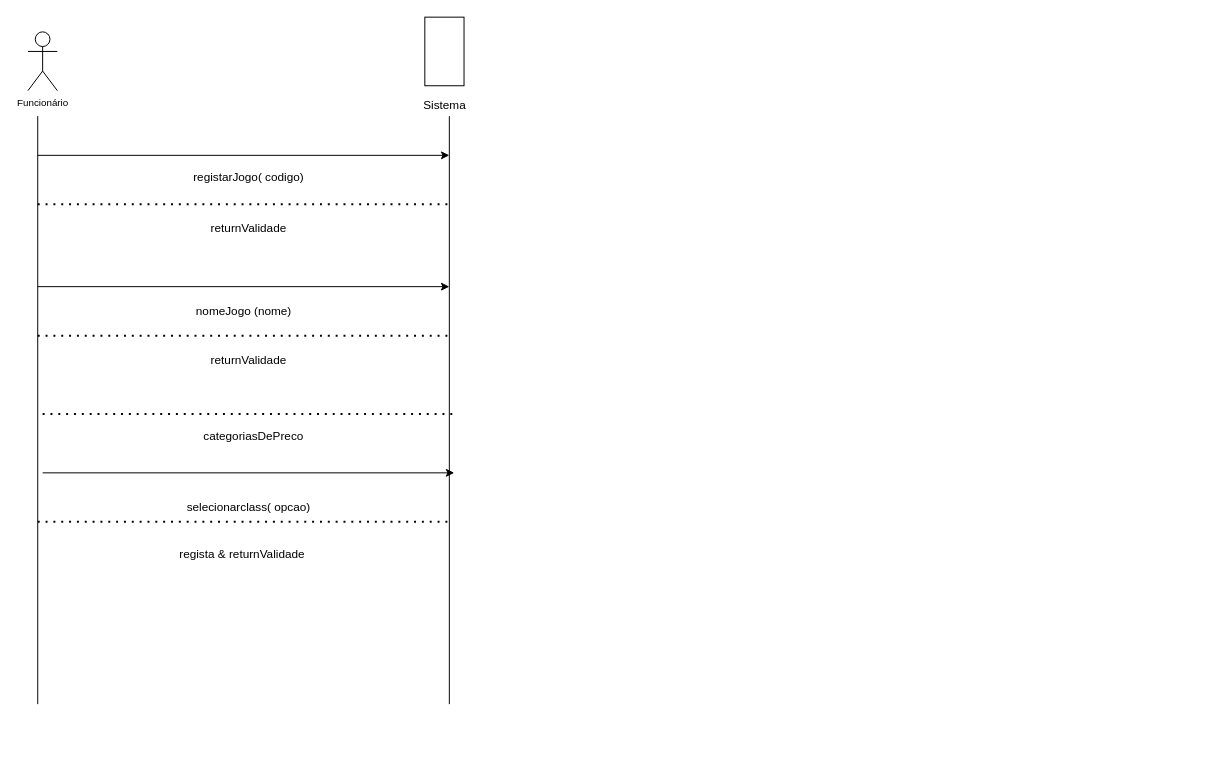
Before: ssd3.drawio in luccamarshall/DCO, a draw.io diagram. Source tidied: cells renumbered, new cells numbered last; positions are measured from the earlier drawing's top-left corner, leaving out a move shared by most shapes. Both pictures are drawn from the tidied source at 98%, with x=0, y=0 at pixel (27, 31).
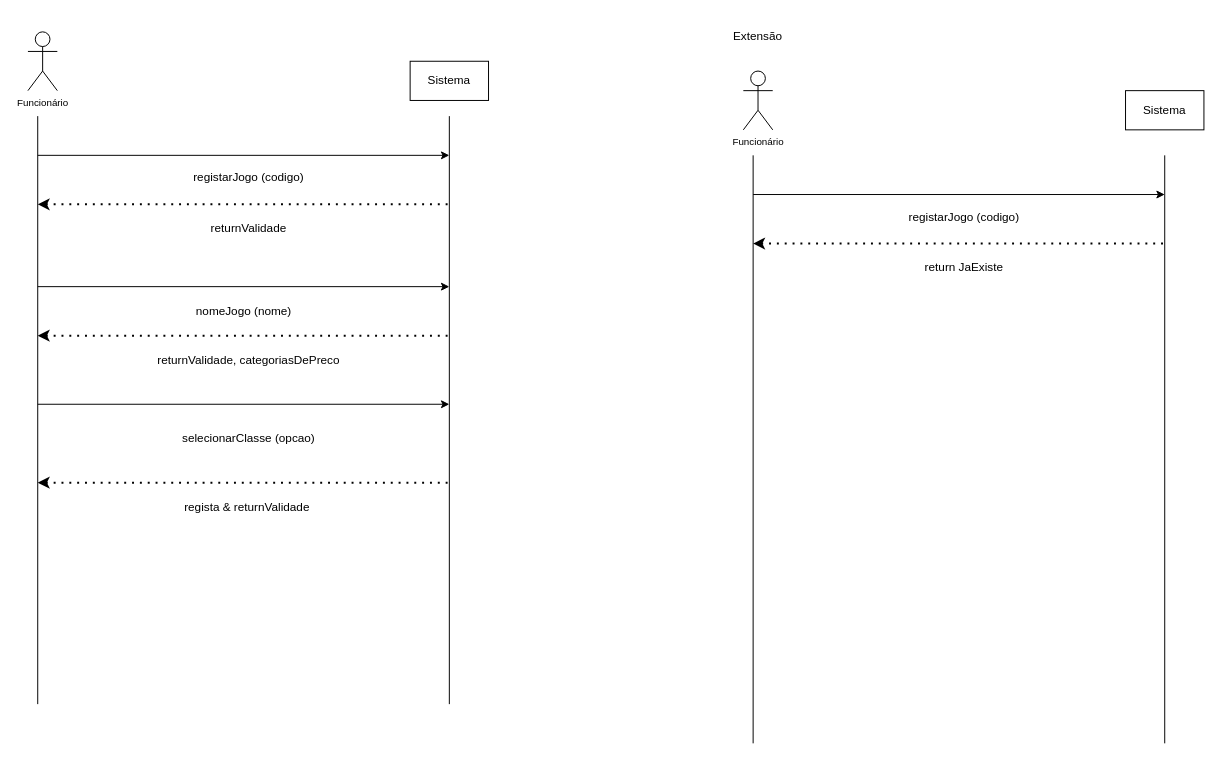
Above is the later version.

What changed in the source:
```diff
@@
+    <mxCell id="21" value="&lt;sup&gt;Funcionário&lt;/sup&gt;" style="shape=umlActor;verticalLabelPosition=bottom;verticalAlign=top;html=1;" parent="1" vertex="1">
+      <mxGeometry x="730" y="40" width="30" height="60" as="geometry" />
+    </mxCell>
+    <mxCell id="22" style="endArrow=none;html=1;rounded=0;" parent="1" edge="1">
+      <mxGeometry relative="1" as="geometry">
+        <mxPoint x="740" y="726" as="sourcePoint" />
+        <mxPoint x="740" y="126" as="targetPoint" />
+      </mxGeometry>
+    </mxCell>
+    <mxCell id="23" style="endArrow=classic;html=1;rounded=0;" parent="1" edge="1">
+      <mxGeometry relative="1" as="geometry">
+        <mxPoint x="740" y="166" as="sourcePoint" />
+        <mxPoint x="1160" y="166" as="targetPoint" />
+      </mxGeometry>
+    </mxCell>
+    <mxCell id="24" value="registarJogo (codigo)" style="text;html=1;align=center;verticalAlign=middle;strokeColor=none;fillColor=none;" parent="1" vertex="1">
+      <mxGeometry x="885" y="174" width="140" height="30" as="geometry" />
+    </mxCell>
+    <mxCell id="25" style="endArrow=none;html=1;rounded=0;" parent="1" edge="1">
+      <mxGeometry relative="1" as="geometry">
+        <mxPoint x="1160" y="726" as="sourcePoint" />
+        <mxPoint x="1160" y="126" as="targetPoint" />
+      </mxGeometry>
+    </mxCell>
+    <mxCell id="26" style="endArrow=none;dashed=1;html=1;dashPattern=1 3;strokeWidth=2;rounded=0;startArrow=classic;startFill=1;" parent="1" edge="1">
+      <mxGeometry relative="1" as="geometry">
+        <mxPoint x="740" y="216" as="sourcePoint" />
+        <mxPoint x="1160" y="216" as="targetPoint" />
+      </mxGeometry>
+    </mxCell>
+    <mxCell id="27" value="return JaExiste" style="text;html=1;align=center;verticalAlign=middle;strokeColor=none;fillColor=none;" parent="1" vertex="1">
+      <mxGeometry x="905" y="226" width="100" height="30" as="geometry" />
+    </mxCell>
+    <mxCell id="28" value="Sistema" style="rounded=0;whiteSpace=wrap;html=1;" parent="1" vertex="1">
+      <mxGeometry x="1120" y="60" width="80" height="40" as="geometry" />
+    </mxCell>
+    <mxCell id="29" value="Extensão" style="text;html=1;strokeColor=none;fillColor=none;align=center;verticalAlign=middle;whiteSpace=wrap;rounded=0;" parent="1" vertex="1">
+      <mxGeometry x="715" y="-10" width="60" height="30" as="geometry" />
+    </mxCell>
@@
-    <mxCell id="3" style="endArrow=none;html=1;rounded=0;" parent="1" edge="1">
-      <mxGeometry relative="1" as="geometry">
-        <mxPoint x="10" y="686" as="sourcePoint" />
-        <mxPoint x="10" y="86" as="targetPoint" />
-      </mxGeometry>
-    </mxCell>
-    <mxCell id="4" style="endArrow=classic;html=1;rounded=0;" parent="1" edge="1">
-      <mxGeometry relative="1" as="geometry">
-        <mxPoint x="10" y="126" as="sourcePoint" />
-        <mxPoint x="430" y="126" as="targetPoint" />
-      </mxGeometry>
-    </mxCell>
-    <mxCell id="5" value="registarJogo( codigo)" style="text;html=1;align=center;verticalAlign=middle;strokeColor=none;fillColor=none;" parent="1" vertex="1">
-      <mxGeometry x="155" y="134" width="140" height="30" as="geometry" />
-    </mxCell>
-    <mxCell id="6" style="endArrow=none;html=1;rounded=0;" parent="1" edge="1">
-      <mxGeometry relative="1" as="geometry">
-        <mxPoint x="430" y="686" as="sourcePoint" />
-        <mxPoint x="430" y="86" as="targetPoint" />
-      </mxGeometry>
-    </mxCell>
-    <mxCell id="7" style="endArrow=none;dashed=1;html=1;dashPattern=1 3;strokeWidth=2;rounded=0;" parent="1" edge="1">
-      <mxGeometry relative="1" as="geometry">
-        <mxPoint x="10" y="176" as="sourcePoint" />
-        <mxPoint x="430" y="176" as="targetPoint" />
-      </mxGeometry>
-    </mxCell>
-    <mxCell id="8" style="endArrow=classic;html=1;rounded=0;" parent="1" edge="1">
-      <mxGeometry relative="1" as="geometry">
-        <mxPoint x="10" y="260" as="sourcePoint" />
-        <mxPoint x="430" y="260" as="targetPoint" />
-      </mxGeometry>
-    </mxCell>
+    <mxCell id="30" style="endArrow=none;html=1;rounded=0;" parent="1" edge="1">
+      <mxGeometry relative="1" as="geometry">
+        <mxPoint x="10" y="686" as="sourcePoint" />
+        <mxPoint x="10" y="86" as="targetPoint" />
+      </mxGeometry>
+    </mxCell>
+    <mxCell id="31" style="endArrow=classic;html=1;rounded=0;" parent="1" edge="1">
+      <mxGeometry relative="1" as="geometry">
+        <mxPoint x="10" y="126" as="sourcePoint" />
+        <mxPoint x="430" y="126" as="targetPoint" />
+      </mxGeometry>
+    </mxCell>
+    <mxCell id="32" value="registarJogo (codigo)" style="text;html=1;align=center;verticalAlign=middle;strokeColor=none;fillColor=none;" parent="1" vertex="1">
+      <mxGeometry x="155" y="134" width="140" height="30" as="geometry" />
+    </mxCell>
+    <mxCell id="33" style="endArrow=none;html=1;rounded=0;" parent="1" edge="1">
+      <mxGeometry relative="1" as="geometry">
+        <mxPoint x="430" y="686" as="sourcePoint" />
+        <mxPoint x="430" y="86" as="targetPoint" />
+      </mxGeometry>
+    </mxCell>
+    <mxCell id="34" style="endArrow=none;dashed=1;html=1;dashPattern=1 3;strokeWidth=2;rounded=0;startArrow=classic;startFill=1;" parent="1" edge="1">
+      <mxGeometry relative="1" as="geometry">
+        <mxPoint x="10" y="176" as="sourcePoint" />
+        <mxPoint x="430" y="176" as="targetPoint" />
+      </mxGeometry>
+    </mxCell>
+    <mxCell id="35" style="endArrow=classic;html=1;rounded=0;" parent="1" edge="1">
+      <mxGeometry relative="1" as="geometry">
+        <mxPoint x="10" y="260" as="sourcePoint" />
+        <mxPoint x="430" y="260" as="targetPoint" />
+      </mxGeometry>
+    </mxCell>
@@
-    <mxCell id="10" style="endArrow=none;dashed=1;html=1;dashPattern=1 3;strokeWidth=2;rounded=0;" parent="1" edge="1">
-      <mxGeometry relative="1" as="geometry">
-        <mxPoint x="10" y="310" as="sourcePoint" />
-        <mxPoint x="430" y="310" as="targetPoint" />
-      </mxGeometry>
-    </mxCell>
-    <mxCell id="11" value="returnValidade" style="text;html=1;align=center;verticalAlign=middle;strokeColor=none;fillColor=none;" parent="1" vertex="1">
-      <mxGeometry x="175" y="320" width="100" height="30" as="geometry" />
-    </mxCell>
+    <mxCell id="36" style="endArrow=none;dashed=1;html=1;dashPattern=1 3;strokeWidth=2;rounded=0;startArrow=classic;startFill=1;" parent="1" edge="1">
+      <mxGeometry relative="1" as="geometry">
+        <mxPoint x="10" y="310" as="sourcePoint" />
+        <mxPoint x="430" y="310" as="targetPoint" />
+      </mxGeometry>
+    </mxCell>
+    <mxCell id="37" value="returnValidade, categoriasDePreco" style="text;html=1;align=center;verticalAlign=middle;strokeColor=none;fillColor=none;" parent="1" vertex="1">
+      <mxGeometry x="120" y="320" width="210" height="30" as="geometry" />
+    </mxCell>
@@
-    <mxCell id="13" style="endArrow=none;dashed=1;html=1;dashPattern=1 3;strokeWidth=2;rounded=0;" parent="1" edge="1">
-      <mxGeometry relative="1" as="geometry">
-        <mxPoint x="15" y="390" as="sourcePoint" />
-        <mxPoint x="435" y="390" as="targetPoint" />
-      </mxGeometry>
-    </mxCell>
-    <mxCell id="14" style="endArrow=classic;html=1;rounded=0;" parent="1" edge="1">
-      <mxGeometry relative="1" as="geometry">
-        <mxPoint x="15" y="450" as="sourcePoint" />
-        <mxPoint x="435" y="450" as="targetPoint" />
-      </mxGeometry>
-    </mxCell>
-    <mxCell id="15" value="selecionarclass( opcao)" style="text;html=1;align=center;verticalAlign=middle;strokeColor=none;fillColor=none;" parent="1" vertex="1">
-      <mxGeometry x="150" y="470" width="150" height="30" as="geometry" />
-    </mxCell>
-    <mxCell id="16" style="endArrow=none;dashed=1;html=1;dashPattern=1 3;strokeWidth=2;rounded=0;" parent="1" edge="1">
-      <mxGeometry relative="1" as="geometry">
-        <mxPoint x="10" y="500" as="sourcePoint" />
-        <mxPoint x="430" y="500" as="targetPoint" />
-      </mxGeometry>
-    </mxCell>
+    <mxCell id="38" style="endArrow=classic;html=1;rounded=0;" parent="1" edge="1">
+      <mxGeometry relative="1" as="geometry">
+        <mxPoint x="10" y="380" as="sourcePoint" />
+        <mxPoint x="430" y="380" as="targetPoint" />
+      </mxGeometry>
+    </mxCell>
+    <mxCell id="39" value="selecionarClasse (opcao)" style="text;html=1;align=center;verticalAlign=middle;strokeColor=none;fillColor=none;" parent="1" vertex="1">
+      <mxGeometry x="145" y="400" width="160" height="30" as="geometry" />
+    </mxCell>
+    <mxCell id="40" style="endArrow=none;dashed=1;html=1;dashPattern=1 3;strokeWidth=2;rounded=0;startArrow=classic;startFill=1;" parent="1" edge="1">
+      <mxGeometry relative="1" as="geometry">
+        <mxPoint x="10" y="460" as="sourcePoint" />
+        <mxPoint x="430" y="460" as="targetPoint" />
+      </mxGeometry>
+    </mxCell>
     <mxCell id="17" value="regista &amp;amp; returnValidade&amp;nbsp;" style="text;html=1;align=center;verticalAlign=middle;strokeColor=none;fillColor=none;" parent="1" vertex="1">
-      <mxGeometry x="145" y="518" width="150" height="30" as="geometry" />
+      <mxGeometry x="150" y="470" width="150" height="30" as="geometry" />
     </mxCell>
-    <mxCell id="18" style="rounded=0;whiteSpace=wrap;html=1;rotation=90;" parent="1" vertex="1">
-      <mxGeometry x="390" width="70" height="40" as="geometry" />
-    </mxCell>
-    <mxCell id="19" value="Sistema&lt;br&gt;" style="text;html=1;align=center;verticalAlign=middle;strokeColor=none;fillColor=none;" parent="1" vertex="1">
-      <mxGeometry x="390" y="60" width="70" height="30" as="geometry" />
-    </mxCell>
-    <mxCell id="20" value="categoriasDePreco" style="text;html=1;align=center;verticalAlign=middle;strokeColor=none;fillColor=none;" parent="1" vertex="1">
-      <mxGeometry x="165" y="398" width="130" height="30" as="geometry" />
-    </mxCell>
+    <mxCell id="41" value="Sistema" style="rounded=0;whiteSpace=wrap;html=1;" parent="1" vertex="1">
+      <mxGeometry x="390" y="30" width="80" height="40" as="geometry" />
+    </mxCell>
```
